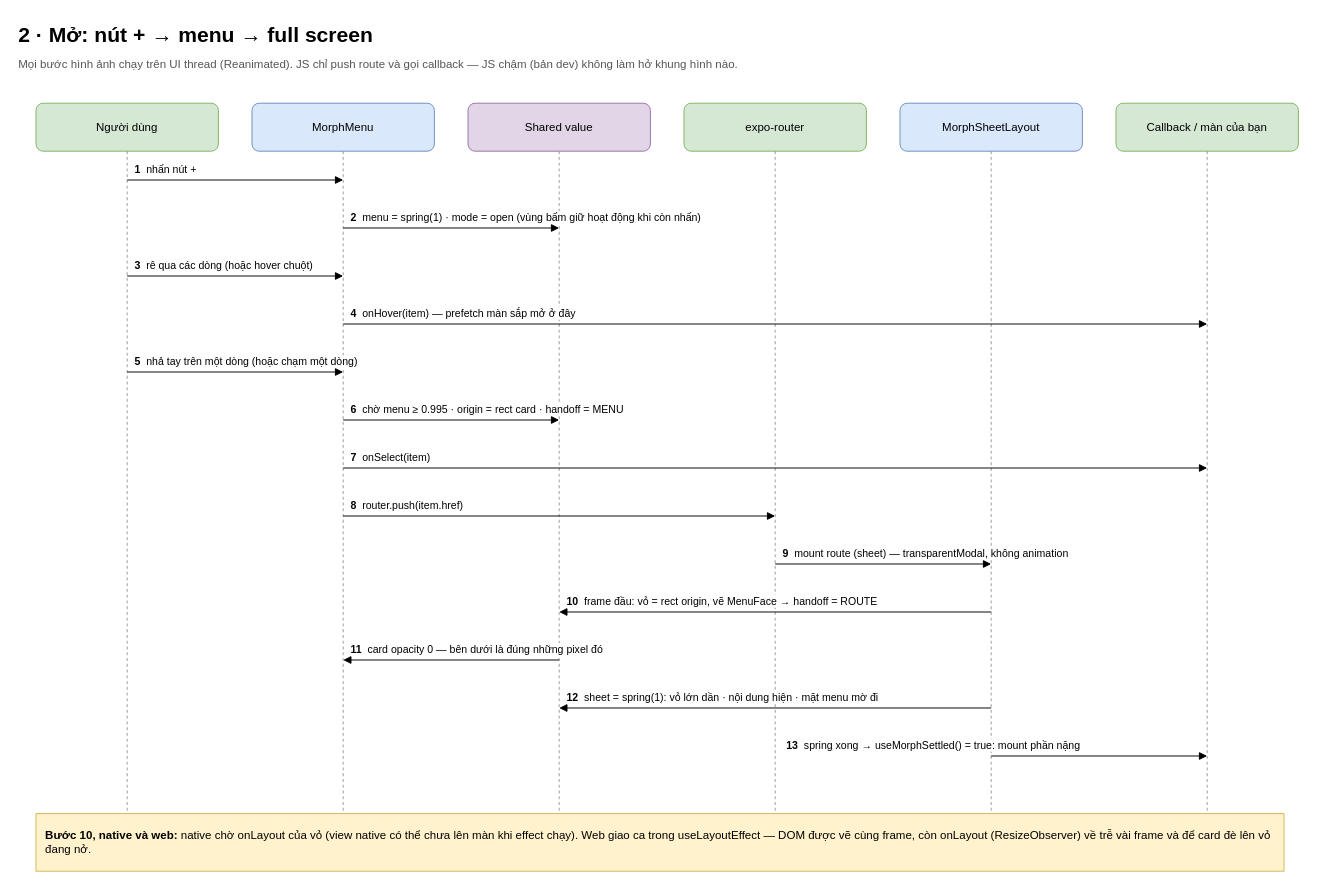
This is page "2 · Luồng mở" (2 of 7) of docs/diagrams/expo-morph-menu.vi.drawio from anhtuank7c/expo-morph-menu, a draw.io file, before an edit. Source tidied: cells renumbered, new cells numbered last; positions are measured from the earlier drawing's top-left corner, leaving out a move shared by most shapes. Both pictures are drawn from the tidied source at 96%, with x=0, y=0 at pixel (16, 16).
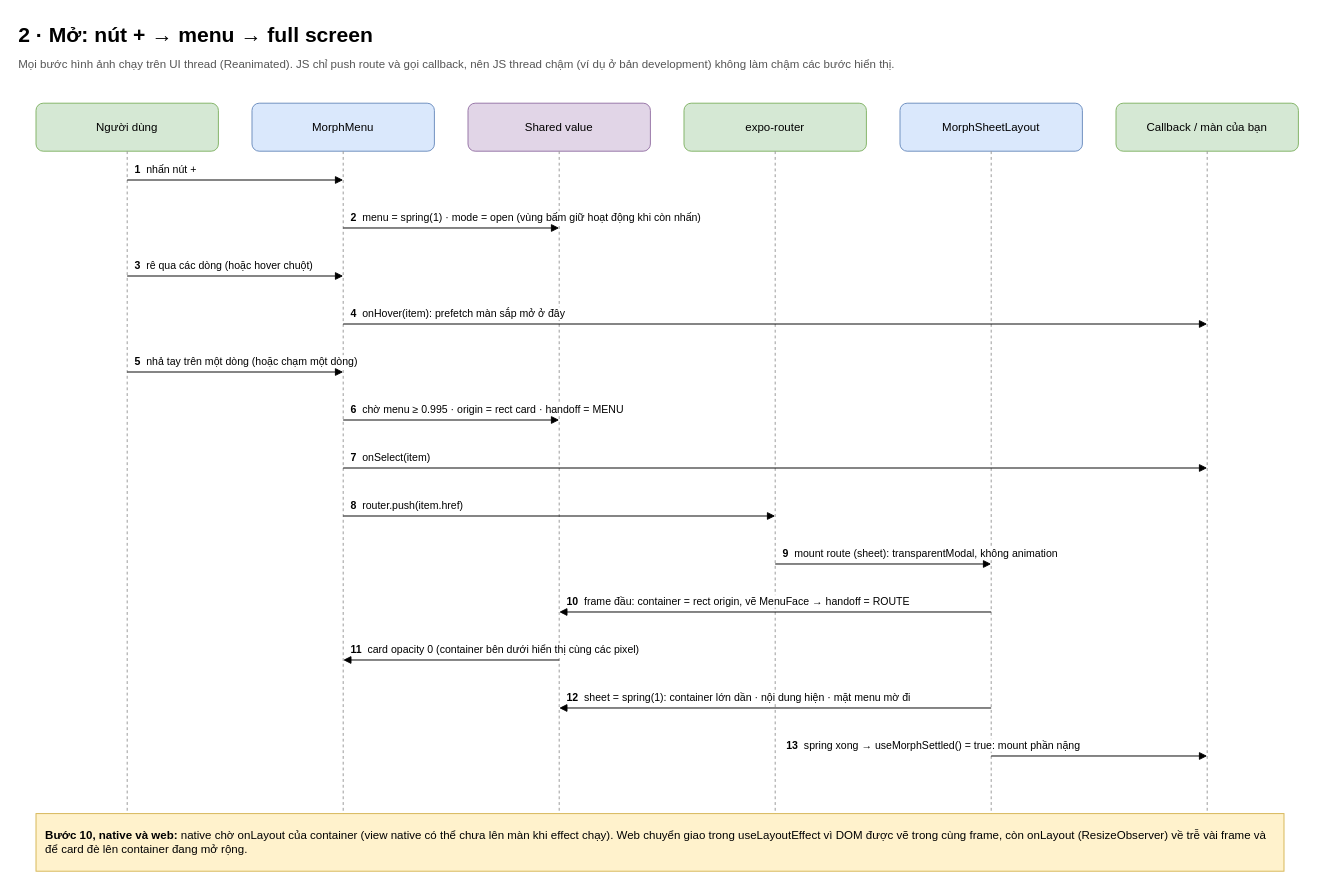
The same page after the edit.

Change to the diagram source:
```diff
@@
-    <mxCell id="3" value="Mọi bước hình ảnh chạy trên UI thread (Reanimated). JS chỉ push route và gọi callback — JS chậm (bản dev) không làm hở khung hình nào." style="text;html=1;fontSize=12;fontColor=#555555;align=left;verticalAlign=top;whiteSpace=wrap;" parent="1" vertex="1">
+    <mxCell id="3" value="Mọi bước hình ảnh chạy trên UI thread (Reanimated). JS chỉ push route và gọi callback, nên JS thread chậm (ví dụ ở bản development) không làm chậm các bước hiển thị." style="text;html=1;fontSize=12;fontColor=#555555;align=left;verticalAlign=top;whiteSpace=wrap;" parent="1" vertex="1">
       <mxGeometry y="36" width="1250" height="40" as="geometry" />
     </mxCell>
@@
-    <mxCell id="23" value="&lt;b&gt;4&lt;/b&gt;&amp;nbsp; onHover(item) — prefetch màn sắp mở ở đây" style="text;html=1;fontSize=11;align=left;verticalAlign=bottom;whiteSpace=wrap;labelBackgroundColor=#ffffff;" parent="1" vertex="1">
+    <mxCell id="23" value="&lt;b&gt;4&lt;/b&gt;&amp;nbsp; onHover(item): prefetch màn sắp mở ở đây" style="text;html=1;fontSize=11;align=left;verticalAlign=bottom;whiteSpace=wrap;labelBackgroundColor=#ffffff;" parent="1" vertex="1">
       <mxGeometry x="346" y="286" width="888" height="32" as="geometry" />
     </mxCell>
@@
-    <mxCell id="33" value="&lt;b&gt;9&lt;/b&gt;&amp;nbsp; mount route (sheet) — transparentModal, không animation" style="text;html=1;fontSize=11;align=left;verticalAlign=bottom;whiteSpace=wrap;labelBackgroundColor=#ffffff;" parent="1" vertex="1">
+    <mxCell id="33" value="&lt;b&gt;9&lt;/b&gt;&amp;nbsp; mount route (sheet): transparentModal, không animation" style="text;html=1;fontSize=11;align=left;verticalAlign=bottom;whiteSpace=wrap;labelBackgroundColor=#ffffff;" parent="1" vertex="1">
       <mxGeometry x="796" y="536" width="560" height="32" as="geometry" />
     </mxCell>
@@
-    <mxCell id="35" value="&lt;b&gt;10&lt;/b&gt;&amp;nbsp; frame đầu: vỏ = rect origin, vẽ MenuFace → handoff = ROUTE" style="text;html=1;fontSize=11;align=left;verticalAlign=bottom;whiteSpace=wrap;labelBackgroundColor=#ffffff;" parent="1" vertex="1">
+    <mxCell id="35" value="&lt;b&gt;10&lt;/b&gt;&amp;nbsp; frame đầu: container = rect origin, vẽ MenuFace → handoff = ROUTE" style="text;html=1;fontSize=11;align=left;verticalAlign=bottom;whiteSpace=wrap;labelBackgroundColor=#ffffff;" parent="1" vertex="1">
       <mxGeometry x="571" y="586" width="560" height="32" as="geometry" />
     </mxCell>
@@
-    <mxCell id="37" value="&lt;b&gt;11&lt;/b&gt;&amp;nbsp; card opacity 0 — bên dưới là đúng những pixel đó" style="text;html=1;fontSize=11;align=left;verticalAlign=bottom;whiteSpace=wrap;labelBackgroundColor=#ffffff;" parent="1" vertex="1">
+    <mxCell id="37" value="&lt;b&gt;11&lt;/b&gt;&amp;nbsp; card opacity 0 (container bên dưới hiển thị cùng các pixel)" style="text;html=1;fontSize=11;align=left;verticalAlign=bottom;whiteSpace=wrap;labelBackgroundColor=#ffffff;" parent="1" vertex="1">
       <mxGeometry x="346" y="636" width="560" height="32" as="geometry" />
     </mxCell>
@@
-    <mxCell id="39" value="&lt;b&gt;12&lt;/b&gt;&amp;nbsp; sheet = spring(1): vỏ lớn dần · nội dung hiện · mặt menu mờ đi" style="text;html=1;fontSize=11;align=left;verticalAlign=bottom;whiteSpace=wrap;labelBackgroundColor=#ffffff;" parent="1" vertex="1">
+    <mxCell id="39" value="&lt;b&gt;12&lt;/b&gt;&amp;nbsp; sheet = spring(1): container lớn dần · nội dung hiện · mặt menu mờ đi" style="text;html=1;fontSize=11;align=left;verticalAlign=bottom;whiteSpace=wrap;labelBackgroundColor=#ffffff;" parent="1" vertex="1">
       <mxGeometry x="571" y="686" width="560" height="32" as="geometry" />
     </mxCell>
@@
-    <mxCell id="42" value="&lt;b&gt;Bước 10, native và web:&lt;/b&gt; native chờ onLayout của vỏ (view native có thể chưa lên màn khi effect chạy). Web giao ca trong useLayoutEffect — DOM được vẽ cùng frame, còn onLayout (ResizeObserver) về trễ vài frame và để card đè lên vỏ đang nở." style="rounded=0;whiteSpace=wrap;html=1;fillColor=#fff2cc;strokeColor=#d6b656;align=left;spacingLeft=8;spacingRight=8;" parent="1" vertex="1">
+    <mxCell id="42" value="&lt;b&gt;Bước 10, native và web:&lt;/b&gt; native chờ onLayout của container (view native có thể chưa lên màn khi effect chạy). Web chuyển giao trong useLayoutEffect vì DOM được vẽ trong cùng frame, còn onLayout (ResizeObserver) về trễ vài frame và để card đè lên container đang mở rộng." style="rounded=0;whiteSpace=wrap;html=1;fillColor=#fff2cc;strokeColor=#d6b656;align=left;spacingLeft=8;spacingRight=8;" parent="1" vertex="1">
       <mxGeometry x="20" y="830" width="1300" height="60" as="geometry" />
     </mxCell>
```
